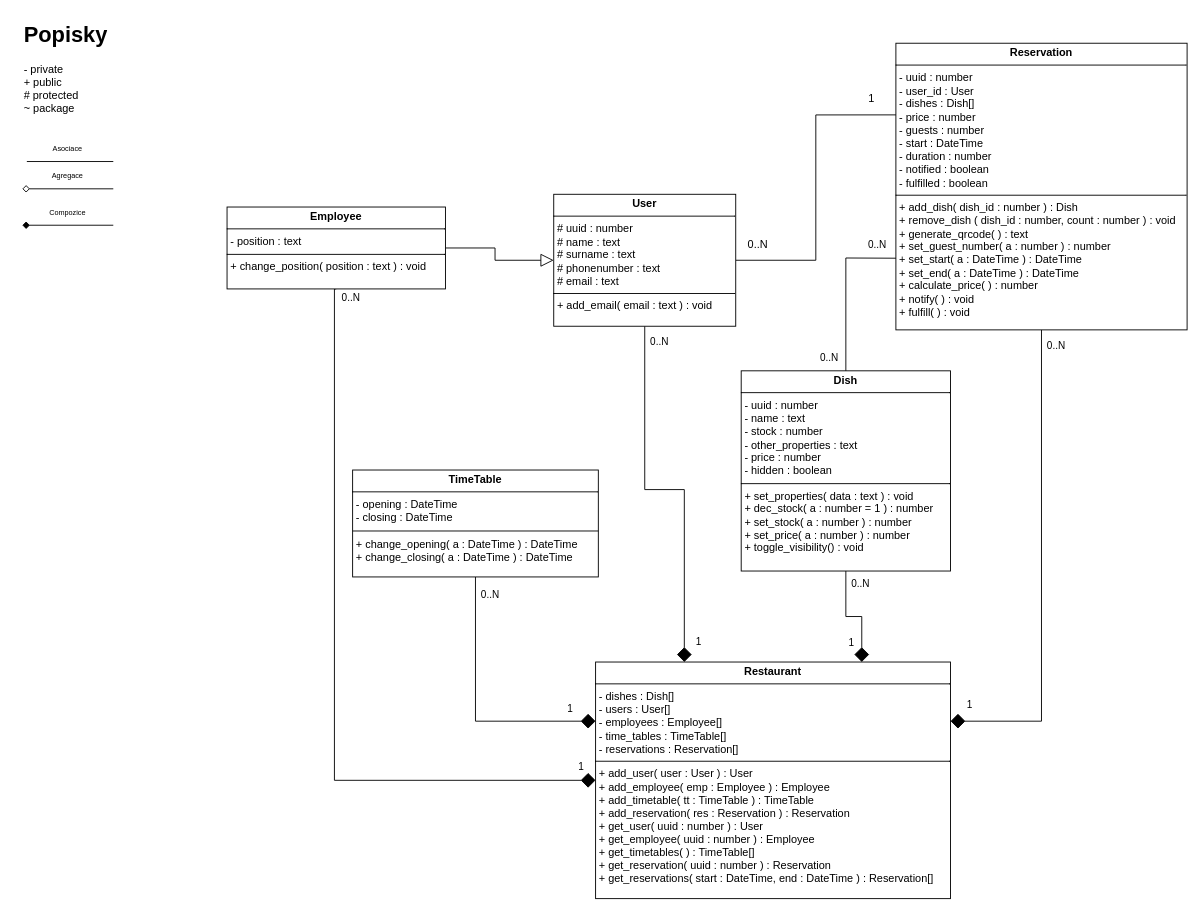
Earlier version of the draw.io diagram page "Třídové diagramy" (2 of 3) of Diagram.drawio (LPbigFish/SWI-Projekt). Source tidied: cells renumbered, new cells numbered last; positions are measured from the earlier drawing's top-left corner, leaving out a move shared by most shapes. Both pictures are drawn from the tidied source at 91%, with x=0, y=0 at pixel (22, 15).
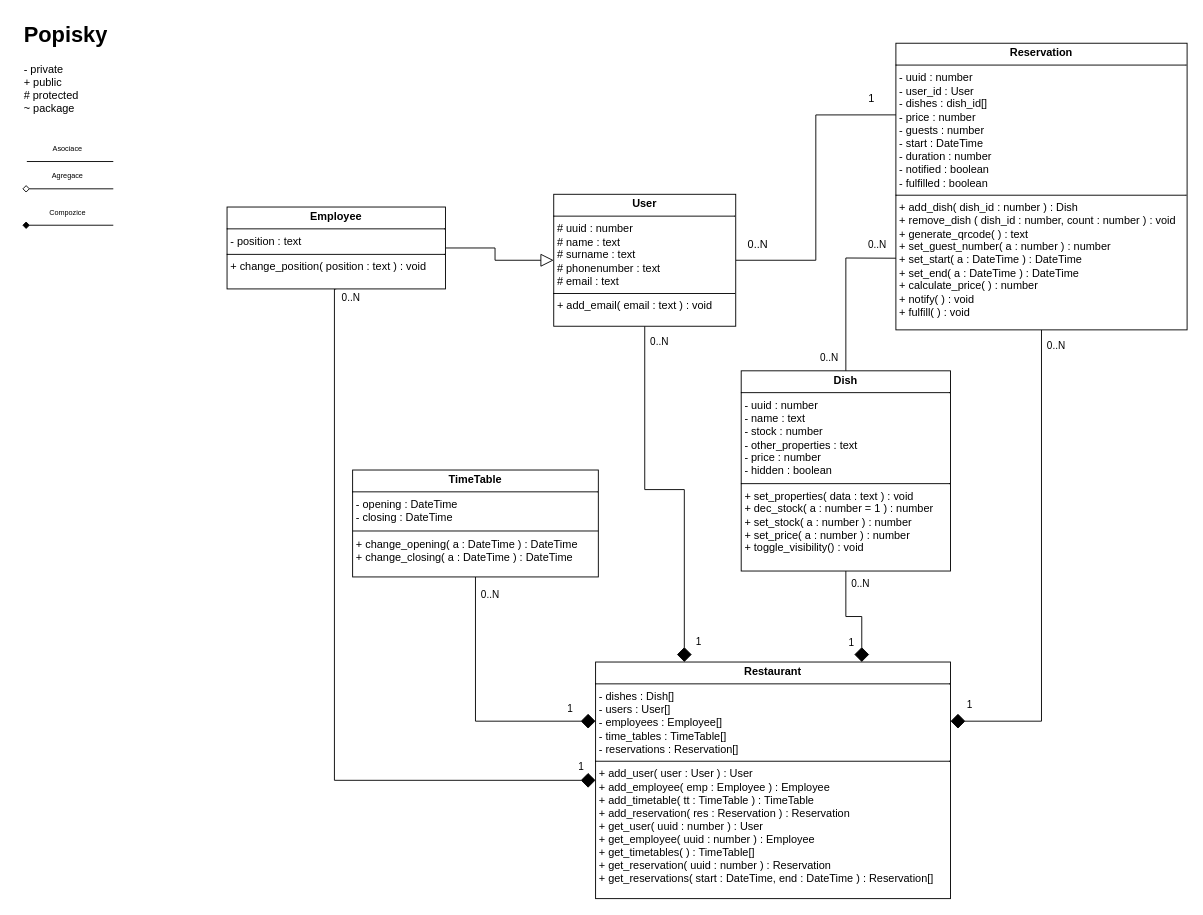
Above is the later version.

The edit, as a diff of the source:
```diff
@@
-    <mxCell id="22" value="&lt;p style=&quot;margin:0px;margin-top:4px;text-align:center;&quot;&gt;&lt;b&gt;Reservation&lt;/b&gt;&lt;/p&gt;&lt;hr size=&quot;1&quot; style=&quot;border-style:solid;&quot;&gt;&lt;p style=&quot;margin:0px;margin-left:4px;&quot;&gt;- uuid : number&lt;/p&gt;&lt;p style=&quot;margin:0px;margin-left:4px;&quot;&gt;- user_id : User&lt;/p&gt;&lt;p style=&quot;margin:0px;margin-left:4px;&quot;&gt;- dishes : Dish[]&lt;/p&gt;&lt;p style=&quot;margin:0px;margin-left:4px;&quot;&gt;- price : number&lt;/p&gt;&lt;p style=&quot;margin:0px;margin-left:4px;&quot;&gt;- guests : number&lt;/p&gt;&lt;p style=&quot;margin:0px;margin-left:4px;&quot;&gt;- start : DateTime&lt;/p&gt;&lt;p style=&quot;margin:0px;margin-left:4px;&quot;&gt;- duration : number&lt;/p&gt;&lt;p style=&quot;margin:0px;margin-left:4px;&quot;&gt;- notified : boolean&lt;/p&gt;&lt;p style=&quot;margin:0px;margin-left:4px;&quot;&gt;- fulfilled : boolean&lt;/p&gt;&lt;hr size=&quot;1&quot; style=&quot;border-style:solid;&quot;&gt;&lt;p style=&quot;margin:0px;margin-left:4px;&quot;&gt;+ add_dish( dish_id : number ) : Dish&lt;/p&gt;&lt;p style=&quot;margin:0px;margin-left:4px;&quot;&gt;+ remove_dish ( dish_id : number, count : number ) : void&lt;/p&gt;&lt;p style=&quot;margin:0px;margin-left:4px;&quot;&gt;+ generate_qrcode( ) : text&lt;/p&gt;&lt;p style=&quot;margin:0px;margin-left:4px;&quot;&gt;+ set_guest_number( a : number ) : number&lt;/p&gt;&lt;p style=&quot;margin:0px;margin-left:4px;&quot;&gt;+ set_start( a : DateTime ) : DateTime&lt;/p&gt;&lt;p style=&quot;margin:0px;margin-left:4px;&quot;&gt;+ set_end( a : DateTime ) : DateTime&lt;/p&gt;&lt;p style=&quot;margin:0px;margin-left:4px;&quot;&gt;+ calculate_price( ) : number&lt;/p&gt;&lt;p style=&quot;margin:0px;margin-left:4px;&quot;&gt;+ notify( ) : void&lt;/p&gt;&lt;p style=&quot;margin:0px;margin-left:4px;&quot;&gt;+ fulfill( ) : void&lt;/p&gt;" style="verticalAlign=top;align=left;overflow=fill;html=1;whiteSpace=wrap;" parent="1" vertex="1">
+    <mxCell id="22" value="&lt;p style=&quot;margin:0px;margin-top:4px;text-align:center;&quot;&gt;&lt;b&gt;Reservation&lt;/b&gt;&lt;/p&gt;&lt;hr size=&quot;1&quot; style=&quot;border-style:solid;&quot;&gt;&lt;p style=&quot;margin:0px;margin-left:4px;&quot;&gt;- uuid : number&lt;/p&gt;&lt;p style=&quot;margin:0px;margin-left:4px;&quot;&gt;- user_id : User&lt;/p&gt;&lt;p style=&quot;margin:0px;margin-left:4px;&quot;&gt;- dishes : dish_id[]&lt;/p&gt;&lt;p style=&quot;margin:0px;margin-left:4px;&quot;&gt;- price : number&lt;/p&gt;&lt;p style=&quot;margin:0px;margin-left:4px;&quot;&gt;- guests : number&lt;/p&gt;&lt;p style=&quot;margin:0px;margin-left:4px;&quot;&gt;- start : DateTime&lt;/p&gt;&lt;p style=&quot;margin:0px;margin-left:4px;&quot;&gt;- duration : number&lt;/p&gt;&lt;p style=&quot;margin:0px;margin-left:4px;&quot;&gt;- notified : boolean&lt;/p&gt;&lt;p style=&quot;margin:0px;margin-left:4px;&quot;&gt;- fulfilled : boolean&lt;/p&gt;&lt;hr size=&quot;1&quot; style=&quot;border-style:solid;&quot;&gt;&lt;p style=&quot;margin:0px;margin-left:4px;&quot;&gt;+ add_dish( dish_id : number ) : Dish&lt;/p&gt;&lt;p style=&quot;margin:0px;margin-left:4px;&quot;&gt;+ remove_dish ( dish_id : number, count : number ) : void&lt;/p&gt;&lt;p style=&quot;margin:0px;margin-left:4px;&quot;&gt;+ generate_qrcode( ) : text&lt;/p&gt;&lt;p style=&quot;margin:0px;margin-left:4px;&quot;&gt;+ set_guest_number( a : number ) : number&lt;/p&gt;&lt;p style=&quot;margin:0px;margin-left:4px;&quot;&gt;+ set_start( a : DateTime ) : DateTime&lt;/p&gt;&lt;p style=&quot;margin:0px;margin-left:4px;&quot;&gt;+ set_end( a : DateTime ) : DateTime&lt;/p&gt;&lt;p style=&quot;margin:0px;margin-left:4px;&quot;&gt;+ calculate_price( ) : number&lt;/p&gt;&lt;p style=&quot;margin:0px;margin-left:4px;&quot;&gt;+ notify( ) : void&lt;/p&gt;&lt;p style=&quot;margin:0px;margin-left:4px;&quot;&gt;+ fulfill( ) : void&lt;/p&gt;" style="verticalAlign=top;align=left;overflow=fill;html=1;whiteSpace=wrap;" parent="1" vertex="1">
       <mxGeometry x="960" y="30" width="320" height="315" as="geometry" />
     </mxCell>
```
